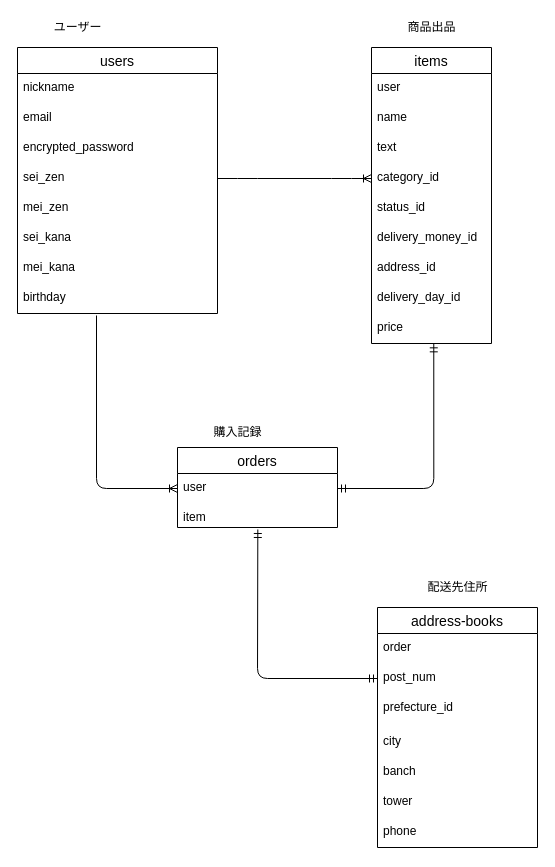
ak-matsu/furima-34248 keeps this draw.io diagram as ER図.dio. Above is the earlier version. Source tidied: cells renumbered, new cells numbered last; positions are measured from the earlier drawing's top-left corner, leaving out a move shared by most shapes. Both pictures are drawn from the tidied source at 100%, with x=0, y=0 at pixel (17, 17).
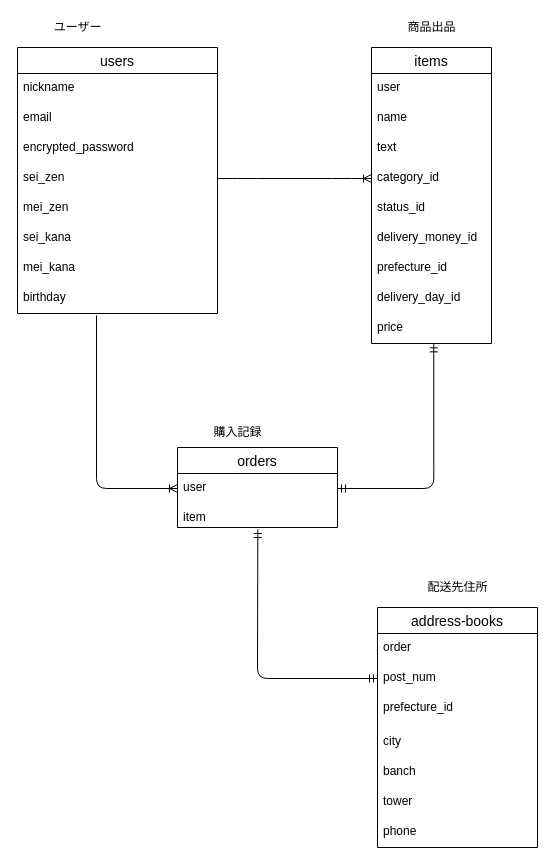
After the change.

Unchanged cells that the change refers to:
```xml
<mxCell id="11" value="items" style="swimlane;fontStyle=0;horizontal=1;startSize=26;align=center;fontSize=14;" parent="1" vertex="1">
  <mxGeometry x="354" y="30" width="120" height="296" as="geometry" />
</mxCell>
```

What changed in the source:
```diff
@@
-    <mxCell id="18" value="address_id" style="text;strokeColor=none;fillColor=none;spacingLeft=4;spacingRight=4;overflow=hidden;fontSize=12;" parent="11" vertex="1">
+    <mxCell id="18" value="prefecture_id" style="text;strokeColor=none;fillColor=none;spacingLeft=4;spacingRight=4;overflow=hidden;fontSize=12;" parent="11" vertex="1">
       <mxGeometry y="206" width="120" height="30" as="geometry" />
     </mxCell>
```
